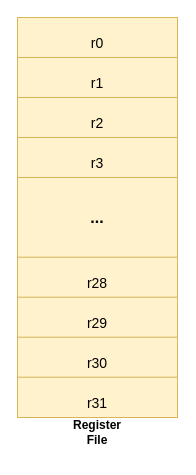
lorenzocarrano/ISA_2021_Group21_Labs keeps this draw.io diagram as LAB3/report/schematic/RegisterFile.drawio. Above is the earlier version. Source tidied: cells renumbered, new cells numbered last; positions are measured from the earlier drawing's top-left corner, leaving out a move shared by most shapes. Both pictures are drawn from the tidied source at 100%, with x=0, y=0 at pixel (17, 17).
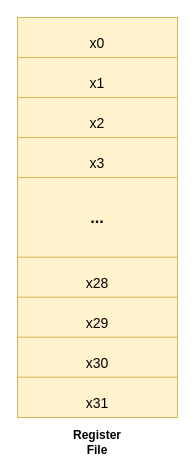
The same diagram, later.

What changed in the source:
```diff
@@
     <mxCell id="3" value="Register&lt;br&gt;File" style="text;html=1;strokeColor=none;fillColor=none;align=center;verticalAlign=middle;whiteSpace=wrap;rounded=0;fontStyle=1;" parent="1" vertex="1">
-      <mxGeometry x="50" y="400" width="60" height="30" as="geometry" />
+      <mxGeometry x="50" y="410" width="60" height="30" as="geometry" />
     </mxCell>
@@
-    <mxCell id="12" value="&lt;font style=&quot;font-size: 14px&quot;&gt;r0&lt;/font&gt;" style="text;html=1;strokeColor=none;fillColor=none;align=center;verticalAlign=middle;whiteSpace=wrap;rounded=0;fontSize=16;" parent="1" vertex="1">
+    <mxCell id="12" value="&lt;font style=&quot;font-size: 14px&quot;&gt;x0&lt;/font&gt;" style="text;html=1;strokeColor=none;fillColor=none;align=center;verticalAlign=middle;whiteSpace=wrap;rounded=0;fontSize=16;" parent="1" vertex="1">
       <mxGeometry x="50" y="10" width="60" height="30" as="geometry" />
     </mxCell>
-    <mxCell id="13" value="&lt;font style=&quot;font-size: 14px&quot;&gt;r1&lt;/font&gt;" style="text;html=1;strokeColor=none;fillColor=none;align=center;verticalAlign=middle;whiteSpace=wrap;rounded=0;fontSize=16;" parent="1" vertex="1">
+    <mxCell id="13" value="&lt;font style=&quot;font-size: 14px&quot;&gt;x1&lt;/font&gt;" style="text;html=1;strokeColor=none;fillColor=none;align=center;verticalAlign=middle;whiteSpace=wrap;rounded=0;fontSize=16;" parent="1" vertex="1">
       <mxGeometry x="50" y="50" width="60" height="30" as="geometry" />
     </mxCell>
-    <mxCell id="14" value="&lt;font style=&quot;font-size: 14px&quot;&gt;r29&lt;/font&gt;" style="text;html=1;align=center;verticalAlign=middle;whiteSpace=wrap;rounded=0;fontSize=16;" parent="1" vertex="1">
+    <mxCell id="14" value="&lt;font style=&quot;font-size: 14px&quot;&gt;x29&lt;/font&gt;" style="text;html=1;align=center;verticalAlign=middle;whiteSpace=wrap;rounded=0;fontSize=16;" parent="1" vertex="1">
       <mxGeometry x="50" y="290" width="60" height="30" as="geometry" />
     </mxCell>
-    <mxCell id="15" value="&lt;font style=&quot;font-size: 14px&quot;&gt;r28&lt;/font&gt;" style="text;html=1;strokeColor=none;fillColor=none;align=center;verticalAlign=middle;whiteSpace=wrap;rounded=0;fontSize=16;" parent="1" vertex="1">
+    <mxCell id="15" value="&lt;font style=&quot;font-size: 14px&quot;&gt;x28&lt;/font&gt;" style="text;html=1;strokeColor=none;fillColor=none;align=center;verticalAlign=middle;whiteSpace=wrap;rounded=0;fontSize=16;" parent="1" vertex="1">
       <mxGeometry x="50" y="250" width="60" height="30" as="geometry" />
     </mxCell>
-    <mxCell id="16" value="&lt;font style=&quot;font-size: 14px&quot;&gt;r30&lt;/font&gt;" style="text;html=1;strokeColor=none;fillColor=none;align=center;verticalAlign=middle;whiteSpace=wrap;rounded=0;fontSize=16;" parent="1" vertex="1">
+    <mxCell id="16" value="&lt;font style=&quot;font-size: 14px&quot;&gt;x30&lt;/font&gt;" style="text;html=1;strokeColor=none;fillColor=none;align=center;verticalAlign=middle;whiteSpace=wrap;rounded=0;fontSize=16;" parent="1" vertex="1">
       <mxGeometry x="50" y="330" width="60" height="30" as="geometry" />
     </mxCell>
-    <mxCell id="17" value="&lt;font style=&quot;font-size: 14px&quot;&gt;r2&lt;/font&gt;" style="text;html=1;strokeColor=none;fillColor=none;align=center;verticalAlign=middle;whiteSpace=wrap;rounded=0;fontSize=16;" parent="1" vertex="1">
+    <mxCell id="17" value="&lt;font style=&quot;font-size: 14px&quot;&gt;x2&lt;/font&gt;" style="text;html=1;strokeColor=none;fillColor=none;align=center;verticalAlign=middle;whiteSpace=wrap;rounded=0;fontSize=16;" parent="1" vertex="1">
       <mxGeometry x="50" y="90" width="60" height="30" as="geometry" />
     </mxCell>
-    <mxCell id="18" value="&lt;font style=&quot;font-size: 14px&quot;&gt;r3&lt;/font&gt;" style="text;html=1;strokeColor=none;fillColor=none;align=center;verticalAlign=middle;whiteSpace=wrap;rounded=0;fontSize=16;" parent="1" vertex="1">
+    <mxCell id="18" value="&lt;font style=&quot;font-size: 14px&quot;&gt;x3&lt;/font&gt;" style="text;html=1;strokeColor=none;fillColor=none;align=center;verticalAlign=middle;whiteSpace=wrap;rounded=0;fontSize=16;" parent="1" vertex="1">
       <mxGeometry x="50" y="130" width="60" height="30" as="geometry" />
     </mxCell>
-    <mxCell id="19" value="&lt;font style=&quot;font-size: 14px&quot;&gt;r31&lt;/font&gt;" style="text;html=1;strokeColor=none;fillColor=none;align=center;verticalAlign=middle;whiteSpace=wrap;rounded=0;fontSize=16;" parent="1" vertex="1">
+    <mxCell id="19" value="&lt;font style=&quot;font-size: 14px&quot;&gt;x31&lt;/font&gt;" style="text;html=1;strokeColor=none;fillColor=none;align=center;verticalAlign=middle;whiteSpace=wrap;rounded=0;fontSize=16;" parent="1" vertex="1">
       <mxGeometry x="50" y="370" width="60" height="30" as="geometry" />
     </mxCell>
```
